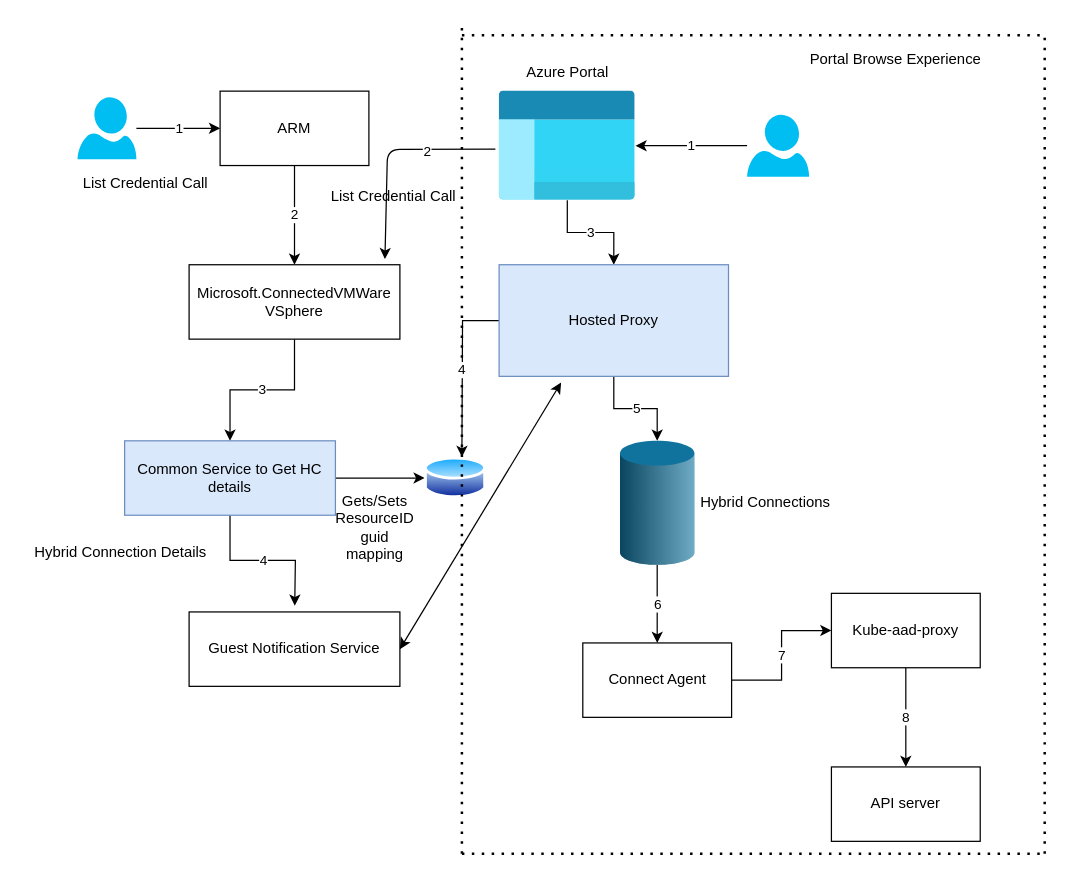
Before: Untitled Diagram.drawio in khandelwalbrijesh/RetentionScript, a draw.io diagram. Source tidied: cells renumbered, new cells numbered last; positions are measured from the earlier drawing's top-left corner, leaving out a move shared by most shapes. Both pictures are drawn from the tidied source at 124%, with x=0, y=0 at pixel (21, 22).
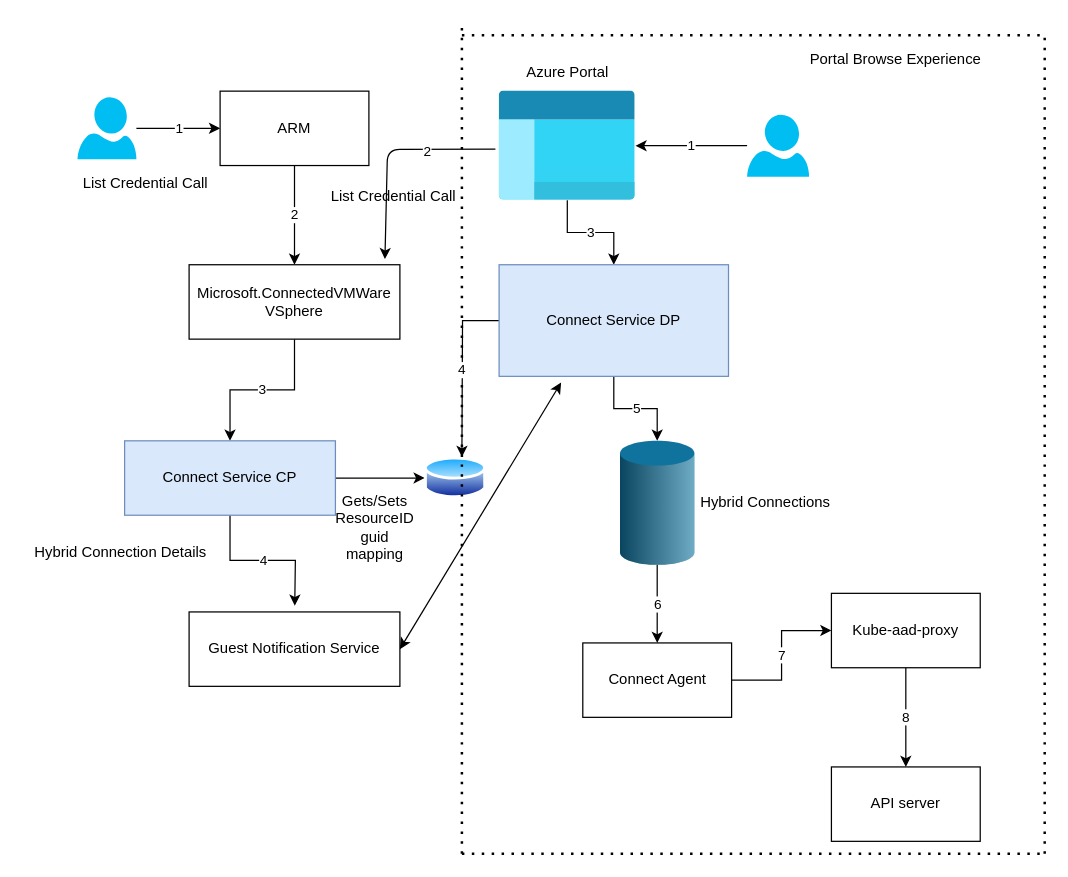
After the change.

Change to the diagram source:
```diff
@@
-    <mxCell id="10" value="Common Service to Get HC details" style="rounded=0;whiteSpace=wrap;html=1;fillColor=#dae8fc;strokeColor=#6c8ebf;" parent="1" vertex="1">
+    <mxCell id="10" value="Connect Service CP" style="rounded=0;whiteSpace=wrap;html=1;fillColor=#dae8fc;strokeColor=#6c8ebf;" parent="1" vertex="1">
       <mxGeometry x="83" y="337" width="170" height="60" as="geometry" />
     </mxCell>
@@
-    <mxCell id="30" value="Hosted Proxy" style="rounded=0;whiteSpace=wrap;html=1;fillColor=#dae8fc;strokeColor=#6c8ebf;" parent="1" vertex="1">
+    <mxCell id="30" value="Connect Service DP" style="rounded=0;whiteSpace=wrap;html=1;fillColor=#dae8fc;strokeColor=#6c8ebf;" parent="1" vertex="1">
       <mxGeometry x="385" y="195" width="185" height="90" as="geometry" />
     </mxCell>
```
